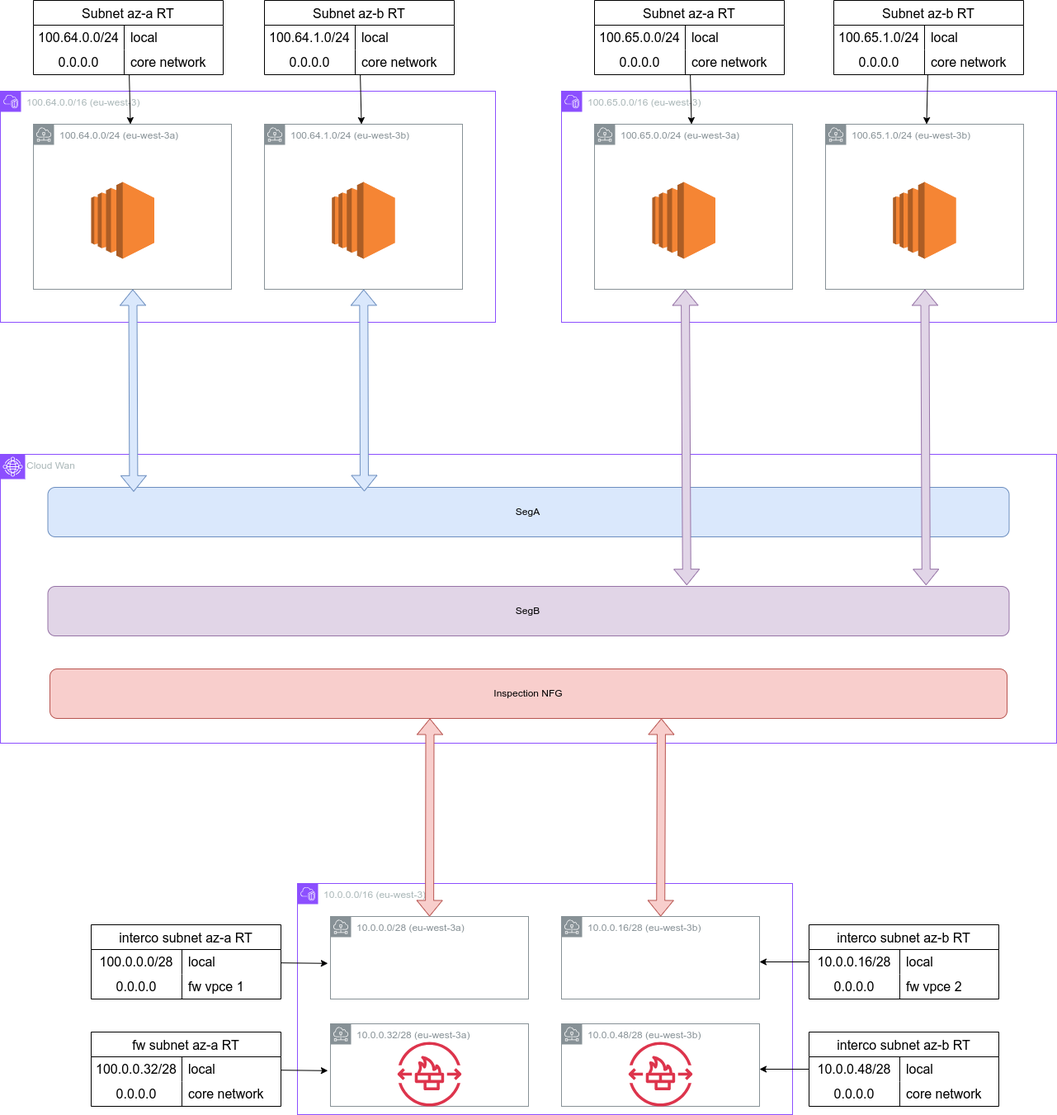
This is docs/architecture.drawio.png from NRHelmi/cloudwan-inspection, a draw.io export, as it was before one commit. Source tidied: cells renumbered, new cells last; positions are measured from the earlier drawing's top-left corner, leaving out a move shared by most shapes.
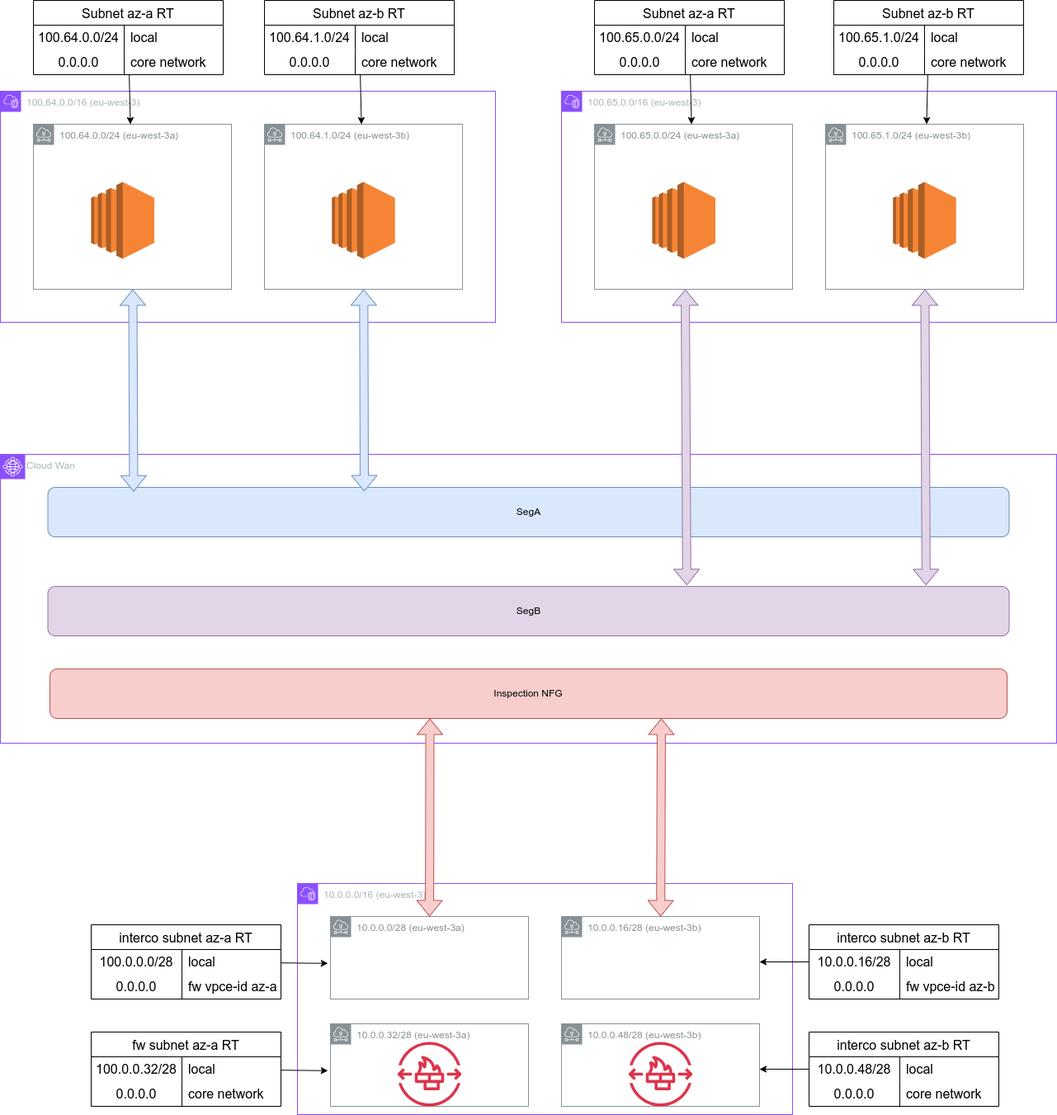
Later version of the same file.

The edit, as a diff of the source:
```diff
@@ -207,7 +207,7 @@
     <mxCell id="68" value="0.0.0.0" style="shape=partialRectangle;html=1;whiteSpace=wrap;fillColor=none;top=0;left=0;bottom=0;right=0;overflow=hidden;strokeColor=inherit;fontSize=16;" parent="67" vertex="1">
       <mxGeometry width="110" height="30" as="geometry" />
     </mxCell>
-    <mxCell id="69" value="fw vpce 2" style="shape=partialRectangle;html=1;whiteSpace=wrap;fillColor=none;top=0;left=0;bottom=0;right=0;align=left;spacingLeft=6;overflow=hidden;strokeColor=inherit;fontSize=16;" parent="67" vertex="1">
+    <mxCell id="69" value="&lt;span style=&quot;color: rgb(0, 0, 0);&quot;&gt;fw vpce-id az-b&lt;/span&gt;" style="shape=partialRectangle;html=1;whiteSpace=wrap;fillColor=none;top=0;left=0;bottom=0;right=0;align=left;spacingLeft=6;overflow=hidden;strokeColor=inherit;fontSize=16;" parent="67" vertex="1">
       <mxGeometry x="110" width="120" height="30" as="geometry" />
     </mxCell>
     <mxCell id="70" style="edgeStyle=none;html=1;entryX=-0.013;entryY=0.568;entryDx=0;entryDy=0;entryPerimeter=0;" parent="1" edge="1" source="71" target="50">
@@ -231,7 +231,7 @@
     <mxCell id="76" value="0.0.0.0" style="shape=partialRectangle;html=1;whiteSpace=wrap;fillColor=none;top=0;left=0;bottom=0;right=0;overflow=hidden;strokeColor=inherit;fontSize=16;" parent="75" vertex="1">
       <mxGeometry width="110" height="30" as="geometry" />
     </mxCell>
-    <mxCell id="77" value="fw vpce 1" style="shape=partialRectangle;html=1;whiteSpace=wrap;fillColor=none;top=0;left=0;bottom=0;right=0;align=left;spacingLeft=6;overflow=hidden;strokeColor=inherit;fontSize=16;" parent="75" vertex="1">
+    <mxCell id="77" value="fw vpce-id az-a" style="shape=partialRectangle;html=1;whiteSpace=wrap;fillColor=none;top=0;left=0;bottom=0;right=0;align=left;spacingLeft=6;overflow=hidden;strokeColor=inherit;fontSize=16;" parent="75" vertex="1">
       <mxGeometry x="110" width="120" height="30" as="geometry" />
     </mxCell>
     <mxCell id="78" value="10.0.0.32/28 (eu-west-3a)" style="sketch=0;outlineConnect=0;gradientColor=none;html=1;whiteSpace=wrap;fontSize=12;fontStyle=0;shape=mxgraph.aws4.group;grIcon=mxgraph.aws4.group_subnet;strokeColor=#879196;fillColor=none;verticalAlign=top;align=left;spacingLeft=30;fontColor=#879196;dashed=0;" parent="1" vertex="1">
```
